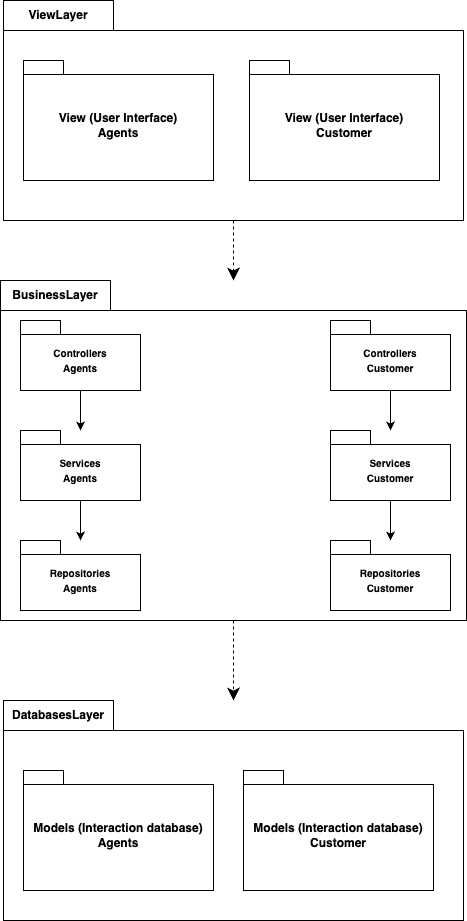
Before: Projeto/Pacote-v3.png, a diagram exported from draw.io (ericdiniz/LDS-LAB02). Source tidied: cells renumbered, new cells last; positions are measured from the earlier drawing's top-left corner, leaving out a move shared by most shapes. The source it was exported from:
```xml
<mxGraphModel>
  <root>
    <mxCell id="0" />
    <mxCell id="1" parent="0" />
    <mxCell id="2" value="DatabasesLayer" style="shape=folder;fontStyle=1;tabWidth=110;tabHeight=30;tabPosition=left;html=1;boundedLbl=1;labelInHeader=1;whiteSpace=wrap;" parent="1" vertex="1">
      <mxGeometry x="3" y="700" width="460" height="220" as="geometry" />
    </mxCell>
    <mxCell id="3" value="Models (Interaction database)&lt;br&gt;Agents" style="shape=folder;fontStyle=1;spacingTop=10;tabWidth=40;tabHeight=14;tabPosition=left;html=1;whiteSpace=wrap;" parent="2" vertex="1">
      <mxGeometry x="20" y="70" width="190" height="120" as="geometry" />
    </mxCell>
    <mxCell id="4" value="Models (Interaction database)&lt;br&gt;Customer" style="shape=folder;fontStyle=1;spacingTop=10;tabWidth=40;tabHeight=14;tabPosition=left;html=1;whiteSpace=wrap;" parent="2" vertex="1">
      <mxGeometry x="240" y="70" width="190" height="120" as="geometry" />
    </mxCell>
    <mxCell id="5" style="edgeStyle=orthogonalEdgeStyle;rounded=0;jettySize=auto;html=1;endSize=10;startSize=10;dashed=1;endArrow=classic;endFill=1;" parent="1" edge="1" source="6" target="2">
      <mxGeometry relative="1" as="geometry" />
    </mxCell>
    <mxCell id="6" value="BusinessLayer" style="shape=folder;fontStyle=1;tabWidth=110;tabHeight=30;tabPosition=left;html=1;boundedLbl=1;labelInHeader=1;whiteSpace=wrap;" parent="1" vertex="1">
      <mxGeometry y="280" width="466" height="340" as="geometry" />
    </mxCell>
    <mxCell id="7" value="&lt;font style=&quot;font-size: 10px;&quot;&gt;Repositories&lt;br&gt;Agents&lt;br&gt;&lt;/font&gt;" style="shape=folder;fontStyle=1;spacingTop=10;tabWidth=40;tabHeight=14;tabPosition=left;html=1;whiteSpace=wrap;" parent="6" vertex="1">
      <mxGeometry x="20" y="260" width="120" height="70" as="geometry" />
    </mxCell>
    <mxCell id="8" style="edgeStyle=none;html=1;fontSize=10;" parent="6" edge="1" source="9" target="11">
      <mxGeometry relative="1" as="geometry" />
    </mxCell>
    <mxCell id="9" value="&lt;font style=&quot;font-size: 10px;&quot;&gt;Controllers&lt;br&gt;Agents&lt;br&gt;&lt;/font&gt;" style="shape=folder;fontStyle=1;spacingTop=10;tabWidth=40;tabHeight=14;tabPosition=left;html=1;whiteSpace=wrap;" parent="6" vertex="1">
      <mxGeometry x="20" y="40" width="120" height="70" as="geometry" />
    </mxCell>
    <mxCell id="10" style="edgeStyle=none;html=1;fontSize=10;" parent="6" edge="1" source="11" target="7">
      <mxGeometry relative="1" as="geometry" />
    </mxCell>
    <mxCell id="11" value="&lt;font style=&quot;font-size: 10px;&quot;&gt;Services&lt;br&gt;Agents&lt;br&gt;&lt;/font&gt;" style="shape=folder;fontStyle=1;spacingTop=10;tabWidth=40;tabHeight=14;tabPosition=left;html=1;whiteSpace=wrap;" parent="6" vertex="1">
      <mxGeometry x="20" y="150" width="120" height="70" as="geometry" />
    </mxCell>
    <mxCell id="12" value="&lt;font style=&quot;font-size: 10px;&quot;&gt;Repositories&lt;br&gt;Customer&lt;br&gt;&lt;/font&gt;" style="shape=folder;fontStyle=1;spacingTop=10;tabWidth=40;tabHeight=14;tabPosition=left;html=1;whiteSpace=wrap;" parent="6" vertex="1">
      <mxGeometry x="330" y="260" width="120" height="70" as="geometry" />
    </mxCell>
    <mxCell id="13" style="edgeStyle=none;html=1;fontSize=10;" parent="6" edge="1" source="14" target="16">
      <mxGeometry relative="1" as="geometry" />
    </mxCell>
    <mxCell id="14" value="&lt;font style=&quot;font-size: 10px;&quot;&gt;Controllers&lt;br&gt;Customer&lt;br&gt;&lt;/font&gt;" style="shape=folder;fontStyle=1;spacingTop=10;tabWidth=40;tabHeight=14;tabPosition=left;html=1;whiteSpace=wrap;" parent="6" vertex="1">
      <mxGeometry x="330" y="40" width="120" height="70" as="geometry" />
    </mxCell>
    <mxCell id="15" style="edgeStyle=none;html=1;fontSize=10;" parent="6" edge="1" source="16" target="12">
      <mxGeometry relative="1" as="geometry" />
    </mxCell>
    <mxCell id="16" value="&lt;font style=&quot;font-size: 10px;&quot;&gt;Services&lt;br&gt;Customer&lt;br&gt;&lt;/font&gt;" style="shape=folder;fontStyle=1;spacingTop=10;tabWidth=40;tabHeight=14;tabPosition=left;html=1;whiteSpace=wrap;" parent="6" vertex="1">
      <mxGeometry x="330" y="150" width="120" height="70" as="geometry" />
    </mxCell>
    <mxCell id="17" style="edgeStyle=orthogonalEdgeStyle;rounded=0;jettySize=auto;html=1;dashed=1;endSize=10;startSize=10;" parent="1" edge="1" source="18" target="6">
      <mxGeometry relative="1" as="geometry" />
    </mxCell>
    <mxCell id="18" value="ViewLayer" style="shape=folder;fontStyle=1;tabWidth=110;tabHeight=30;tabPosition=left;html=1;boundedLbl=1;labelInHeader=1;whiteSpace=wrap;" parent="1" vertex="1">
      <mxGeometry x="3" width="460" height="220" as="geometry" />
    </mxCell>
    <mxCell id="19" value="View (User Interface)&lt;br&gt;Agents" style="shape=folder;fontStyle=1;spacingTop=10;tabWidth=40;tabHeight=14;tabPosition=left;html=1;whiteSpace=wrap;" parent="18" vertex="1">
      <mxGeometry x="20" y="60" width="190" height="120" as="geometry" />
    </mxCell>
    <mxCell id="20" value="View (User Interface)&lt;br&gt;Customer" style="shape=folder;fontStyle=1;spacingTop=10;tabWidth=40;tabHeight=14;tabPosition=left;html=1;whiteSpace=wrap;" parent="18" vertex="1">
      <mxGeometry x="246" y="60" width="190" height="120" as="geometry" />
    </mxCell>
  </root>
</mxGraphModel>
```
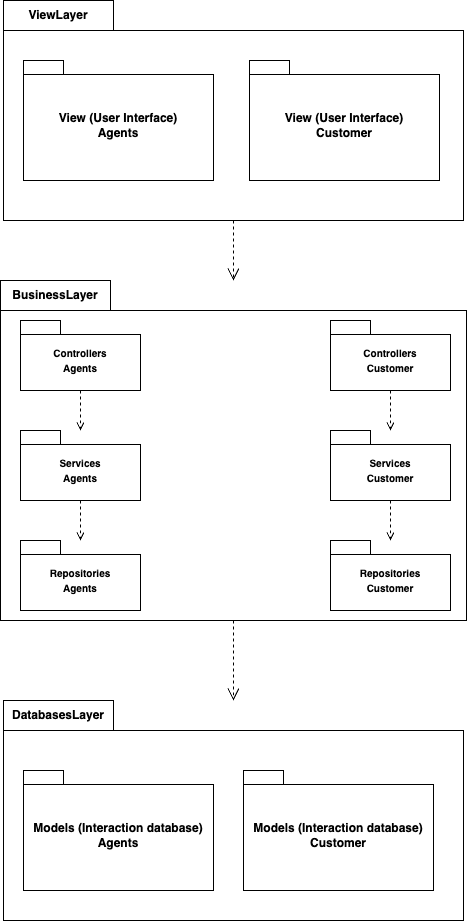
Above is the later version.

Commit message:
update diagramas para sprint 02

What changed in the source:
```diff
@@ -11,7 +11,7 @@
     <mxCell id="4" value="Models (Interaction database)&lt;br&gt;Customer" style="shape=folder;fontStyle=1;spacingTop=10;tabWidth=40;tabHeight=14;tabPosition=left;html=1;whiteSpace=wrap;" parent="2" vertex="1">
       <mxGeometry x="240" y="70" width="190" height="120" as="geometry" />
     </mxCell>
-    <mxCell id="5" style="edgeStyle=orthogonalEdgeStyle;rounded=0;jettySize=auto;html=1;endSize=10;startSize=10;dashed=1;endArrow=classic;endFill=1;" parent="1" edge="1" source="6" target="2">
+    <mxCell id="5" style="edgeStyle=orthogonalEdgeStyle;rounded=0;jettySize=auto;html=1;endSize=10;startSize=10;dashed=1;endArrow=open;endFill=0;" parent="1" edge="1" source="6" target="2">
       <mxGeometry relative="1" as="geometry" />
     </mxCell>
     <mxCell id="6" value="BusinessLayer" style="shape=folder;fontStyle=1;tabWidth=110;tabHeight=30;tabPosition=left;html=1;boundedLbl=1;labelInHeader=1;whiteSpace=wrap;" parent="1" vertex="1">
@@ -20,13 +20,13 @@
     <mxCell id="7" value="&lt;font style=&quot;font-size: 10px;&quot;&gt;Repositories&lt;br&gt;Agents&lt;br&gt;&lt;/font&gt;" style="shape=folder;fontStyle=1;spacingTop=10;tabWidth=40;tabHeight=14;tabPosition=left;html=1;whiteSpace=wrap;" parent="6" vertex="1">
       <mxGeometry x="20" y="260" width="120" height="70" as="geometry" />
     </mxCell>
-    <mxCell id="8" style="edgeStyle=none;html=1;fontSize=10;" parent="6" edge="1" source="9" target="11">
+    <mxCell id="8" style="edgeStyle=none;html=1;fontSize=10;dashed=1;endArrow=open;endFill=0;" parent="6" edge="1" source="9" target="11">
       <mxGeometry relative="1" as="geometry" />
     </mxCell>
     <mxCell id="9" value="&lt;font style=&quot;font-size: 10px;&quot;&gt;Controllers&lt;br&gt;Agents&lt;br&gt;&lt;/font&gt;" style="shape=folder;fontStyle=1;spacingTop=10;tabWidth=40;tabHeight=14;tabPosition=left;html=1;whiteSpace=wrap;" parent="6" vertex="1">
       <mxGeometry x="20" y="40" width="120" height="70" as="geometry" />
     </mxCell>
-    <mxCell id="10" style="edgeStyle=none;html=1;fontSize=10;" parent="6" edge="1" source="11" target="7">
+    <mxCell id="10" style="edgeStyle=none;html=1;fontSize=10;dashed=1;endArrow=open;endFill=0;" parent="6" edge="1" source="11" target="7">
       <mxGeometry relative="1" as="geometry" />
     </mxCell>
     <mxCell id="11" value="&lt;font style=&quot;font-size: 10px;&quot;&gt;Services&lt;br&gt;Agents&lt;br&gt;&lt;/font&gt;" style="shape=folder;fontStyle=1;spacingTop=10;tabWidth=40;tabHeight=14;tabPosition=left;html=1;whiteSpace=wrap;" parent="6" vertex="1">
@@ -35,19 +35,19 @@
     <mxCell id="12" value="&lt;font style=&quot;font-size: 10px;&quot;&gt;Repositories&lt;br&gt;Customer&lt;br&gt;&lt;/font&gt;" style="shape=folder;fontStyle=1;spacingTop=10;tabWidth=40;tabHeight=14;tabPosition=left;html=1;whiteSpace=wrap;" parent="6" vertex="1">
       <mxGeometry x="330" y="260" width="120" height="70" as="geometry" />
     </mxCell>
-    <mxCell id="13" style="edgeStyle=none;html=1;fontSize=10;" parent="6" edge="1" source="14" target="16">
+    <mxCell id="13" style="edgeStyle=none;html=1;fontSize=10;dashed=1;endArrow=open;endFill=0;" parent="6" edge="1" source="14" target="16">
       <mxGeometry relative="1" as="geometry" />
     </mxCell>
     <mxCell id="14" value="&lt;font style=&quot;font-size: 10px;&quot;&gt;Controllers&lt;br&gt;Customer&lt;br&gt;&lt;/font&gt;" style="shape=folder;fontStyle=1;spacingTop=10;tabWidth=40;tabHeight=14;tabPosition=left;html=1;whiteSpace=wrap;" parent="6" vertex="1">
       <mxGeometry x="330" y="40" width="120" height="70" as="geometry" />
     </mxCell>
-    <mxCell id="15" style="edgeStyle=none;html=1;fontSize=10;" parent="6" edge="1" source="16" target="12">
+    <mxCell id="15" style="edgeStyle=none;html=1;fontSize=10;dashed=1;endArrow=open;endFill=0;" parent="6" edge="1" source="16" target="12">
       <mxGeometry relative="1" as="geometry" />
     </mxCell>
     <mxCell id="16" value="&lt;font style=&quot;font-size: 10px;&quot;&gt;Services&lt;br&gt;Customer&lt;br&gt;&lt;/font&gt;" style="shape=folder;fontStyle=1;spacingTop=10;tabWidth=40;tabHeight=14;tabPosition=left;html=1;whiteSpace=wrap;" parent="6" vertex="1">
       <mxGeometry x="330" y="150" width="120" height="70" as="geometry" />
     </mxCell>
-    <mxCell id="17" style="edgeStyle=orthogonalEdgeStyle;rounded=0;jettySize=auto;html=1;dashed=1;endSize=10;startSize=10;" parent="1" edge="1" source="18" target="6">
+    <mxCell id="17" style="edgeStyle=orthogonalEdgeStyle;rounded=0;jettySize=auto;html=1;dashed=1;endSize=10;startSize=10;endArrow=open;endFill=0;" parent="1" edge="1" source="18" target="6">
       <mxGeometry relative="1" as="geometry" />
     </mxCell>
     <mxCell id="18" value="ViewLayer" style="shape=folder;fontStyle=1;tabWidth=110;tabHeight=30;tabPosition=left;html=1;boundedLbl=1;labelInHeader=1;whiteSpace=wrap;" parent="1" vertex="1">
```
